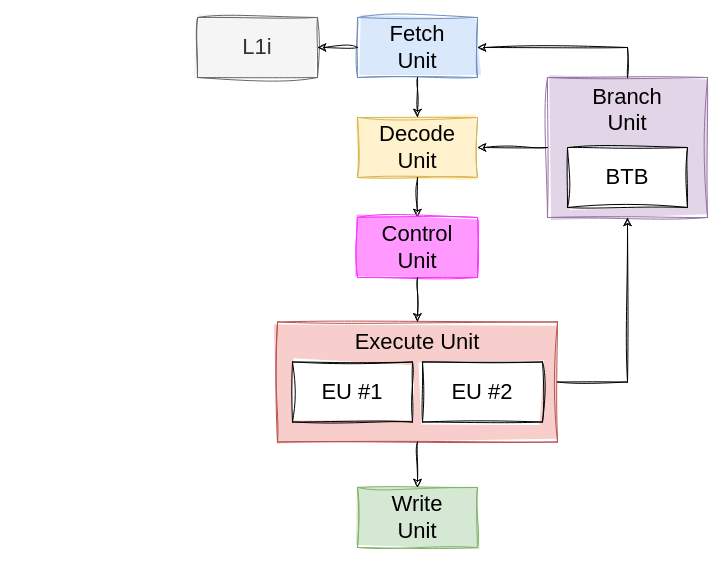
Earlier version of the draw.io diagram page "mvp-5" (5 of 6) of res/majorana.drawio (teivah/majorana). Source tidied: cells renumbered, new cells numbered last; positions are measured from the earlier drawing's top-left corner, leaving out a move shared by most shapes. Both pictures are drawn from the tidied source at 100%, with x=0, y=0 at pixel (197, 17).
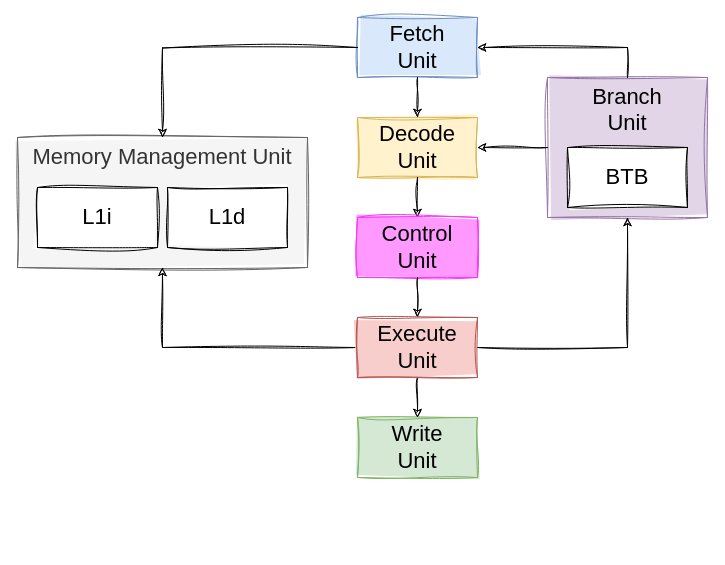
Above is the later version.

The change refers to these unchanged cells:
```xml
<mxCell id="2" value="Fetch&lt;br&gt;Unit" style="rounded=0;whiteSpace=wrap;html=1;sketch=1;curveFitting=1;jiggle=2;fontSize=22;fillStyle=solid;fillColor=#dae8fc;strokeColor=#6c8ebf;" parent="1" vertex="1">
  <mxGeometry x="160" width="120" height="60" as="geometry" />
</mxCell>
```

The edit, as a diff of the source:
```diff
@@
-    <mxCell id="5" value="Execute Unit" style="rounded=0;whiteSpace=wrap;html=1;sketch=1;curveFitting=1;jiggle=2;fontSize=22;verticalAlign=top;fillStyle=solid;fillColor=#f8cecc;strokeColor=#b85450;" parent="1" vertex="1">
-      <mxGeometry x="80" y="304.5" width="280" height="120" as="geometry" />
-    </mxCell>
     <mxCell id="6" value="Write&lt;br&gt;Unit" style="rounded=0;whiteSpace=wrap;html=1;sketch=1;curveFitting=1;jiggle=2;fontSize=22;fillStyle=solid;fillColor=#d5e8d4;strokeColor=#82b366;" parent="1" vertex="1">
-      <mxGeometry x="160" y="470" width="120" height="60" as="geometry" />
+      <mxGeometry x="160" y="400" width="120" height="60" as="geometry" />
     </mxCell>
@@
-    <mxCell id="9" value="L1i" style="rounded=0;whiteSpace=wrap;html=1;sketch=1;curveFitting=1;jiggle=2;fontSize=22;fillStyle=solid;fillColor=#f5f5f5;fontColor=#333333;strokeColor=#666666;" parent="1" vertex="1">
-      <mxGeometry width="120" height="60" as="geometry" />
-    </mxCell>
-    <mxCell id="10" style="endArrow=classic;html=1;rounded=0;exitX=0;exitY=0.5;exitDx=0;exitDy=0;sketch=1;curveFitting=1;jiggle=2;entryX=1;entryY=0.5;entryDx=0;entryDy=0;" parent="1" edge="1" source="2" target="9">
-      <mxGeometry relative="1" as="geometry" />
-    </mxCell>
@@
-    <mxCell id="16" value="EU #1" style="rounded=0;whiteSpace=wrap;html=1;sketch=1;curveFitting=1;jiggle=2;fontSize=22;fillStyle=solid;" parent="1" vertex="1">
-      <mxGeometry x="95" y="344.5" width="120" height="60" as="geometry" />
-    </mxCell>
-    <mxCell id="17" value="EU #2" style="rounded=0;whiteSpace=wrap;html=1;sketch=1;curveFitting=1;jiggle=2;fontSize=22;fillStyle=solid;" parent="1" vertex="1">
-      <mxGeometry x="225" y="344.5" width="120" height="60" as="geometry" />
-    </mxCell>
@@
+    <mxCell id="20" value="Memory Management Unit" style="rounded=0;whiteSpace=wrap;html=1;sketch=1;curveFitting=1;jiggle=2;fontSize=22;fillStyle=solid;fillColor=#f5f5f5;fontColor=#333333;strokeColor=#666666;verticalAlign=top;" parent="1" vertex="1">
+      <mxGeometry x="-180" y="120" width="290" height="130" as="geometry" />
+    </mxCell>
+    <mxCell id="9" value="L1i" style="rounded=0;whiteSpace=wrap;html=1;sketch=1;curveFitting=1;jiggle=2;fontSize=22;fillStyle=solid;" parent="1" vertex="1">
+      <mxGeometry x="-160" y="170" width="120" height="60" as="geometry" />
+    </mxCell>
+    <mxCell id="21" value="L1d" style="rounded=0;whiteSpace=wrap;html=1;sketch=1;curveFitting=1;jiggle=2;fontSize=22;fillStyle=solid;" parent="1" vertex="1">
+      <mxGeometry x="-30" y="170" width="120" height="60" as="geometry" />
+    </mxCell>
+    <mxCell id="22" style="endArrow=classic;html=1;rounded=0;exitX=0;exitY=0.5;exitDx=0;exitDy=0;sketch=1;curveFitting=1;jiggle=2;entryX=0.5;entryY=0;entryDx=0;entryDy=0;edgeStyle=orthogonalEdgeStyle;" parent="1" edge="1" target="20">
+      <mxGeometry relative="1" as="geometry">
+        <mxPoint x="160" y="30" as="sourcePoint" />
+      </mxGeometry>
+    </mxCell>
+    <mxCell id="23" style="endArrow=classic;html=1;rounded=0;exitX=0;exitY=0.5;exitDx=0;exitDy=0;sketch=1;curveFitting=1;jiggle=2;entryX=0.5;entryY=1;entryDx=0;entryDy=0;edgeStyle=orthogonalEdgeStyle;" parent="1" edge="1" source="5" target="20">
+      <mxGeometry relative="1" as="geometry">
+        <Array as="points">
+          <mxPoint x="-35" y="330" />
+        </Array>
+      </mxGeometry>
+    </mxCell>
+    <mxCell id="5" value="Execute&lt;br&gt;Unit" style="rounded=0;whiteSpace=wrap;html=1;sketch=1;curveFitting=1;jiggle=2;fontSize=22;fillStyle=solid;fillColor=#f8cecc;strokeColor=#b85450;" parent="1" vertex="1">
+      <mxGeometry x="160" y="300" width="120" height="60" as="geometry" />
+    </mxCell>
```
